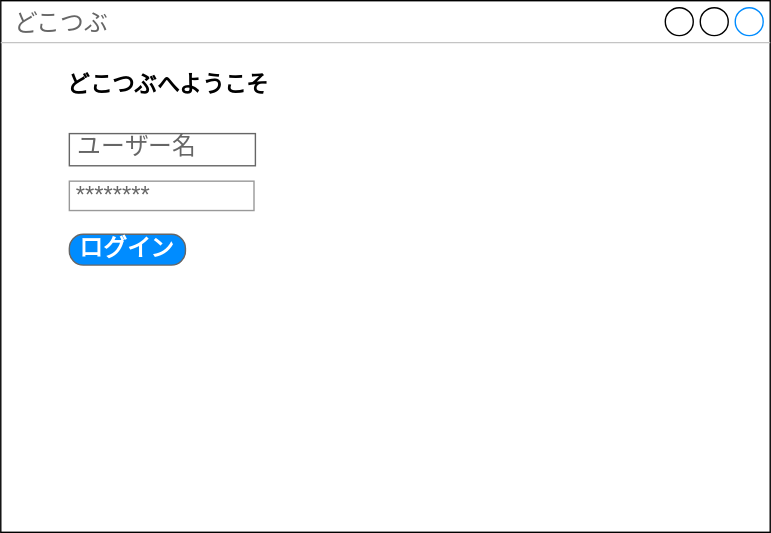
Earlier version of the draw.io export クラス図.drawio.svg (YamagataRyota/sampleRepo). Source tidied: cells renumbered, new cells last; positions are measured from the earlier drawing's top-left corner, leaving out a move shared by most shapes.
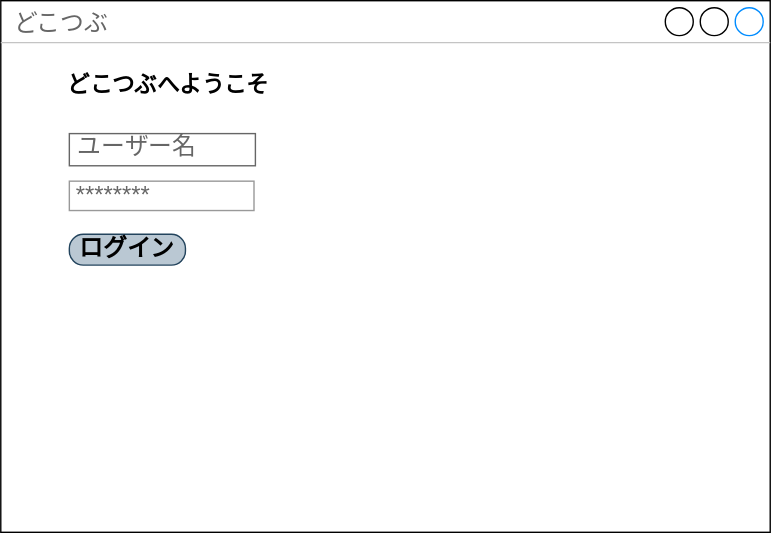
The same diagram one commit later.

Commit message:
クラス図.drawio.svg を更新します

Diff of the diagram source:
```diff
@@ -14,7 +14,7 @@
     <mxCell id="5" value="ユーザー名" style="strokeWidth=1;shadow=0;dashed=0;align=center;html=1;shape=mxgraph.mockup.text.textBox;fontColor=#666666;align=left;fontSize=17;spacingLeft=4;spacingTop=-3;whiteSpace=wrap;strokeColor=#666666;mainText=;" parent="1" vertex="1">
       <mxGeometry x="49" y="95" width="133" height="23" as="geometry" />
     </mxCell>
-    <mxCell id="6" value="ログイン" style="strokeWidth=1;shadow=0;dashed=0;align=center;html=1;shape=mxgraph.mockup.buttons.button;strokeColor=#666666;fontColor=#ffffff;mainText=;buttonStyle=round;fontSize=17;fontStyle=1;fillColor=#008cff;whiteSpace=wrap;" parent="1" vertex="1">
+    <mxCell id="6" value="ログイン" style="strokeWidth=1;shadow=0;dashed=0;align=center;html=1;shape=mxgraph.mockup.buttons.button;mainText=;buttonStyle=round;fontSize=17;fontStyle=1;whiteSpace=wrap;fillColor=#bac8d3;strokeColor=#23445d;" parent="1" vertex="1">
       <mxGeometry x="49" y="167" width="83" height="22" as="geometry" />
     </mxCell>
   </root>
```
